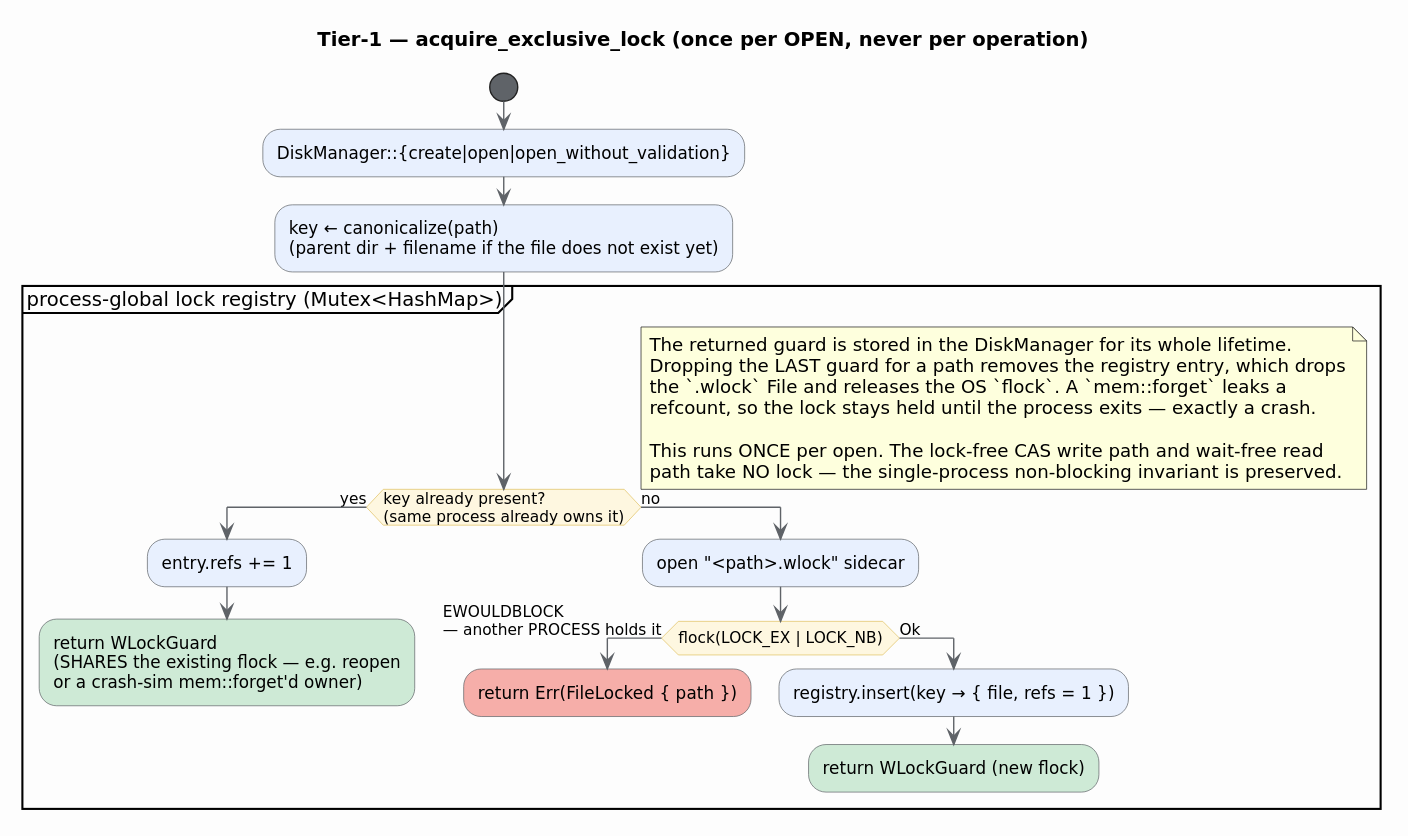
Above: docs/diagrams/tier1-lock-acquire.svg in vinary-tree/libdictenstein (PlantUML), before the change. Its source is kept beside it as docs/diagrams/src/tier1-lock-acquire.puml.
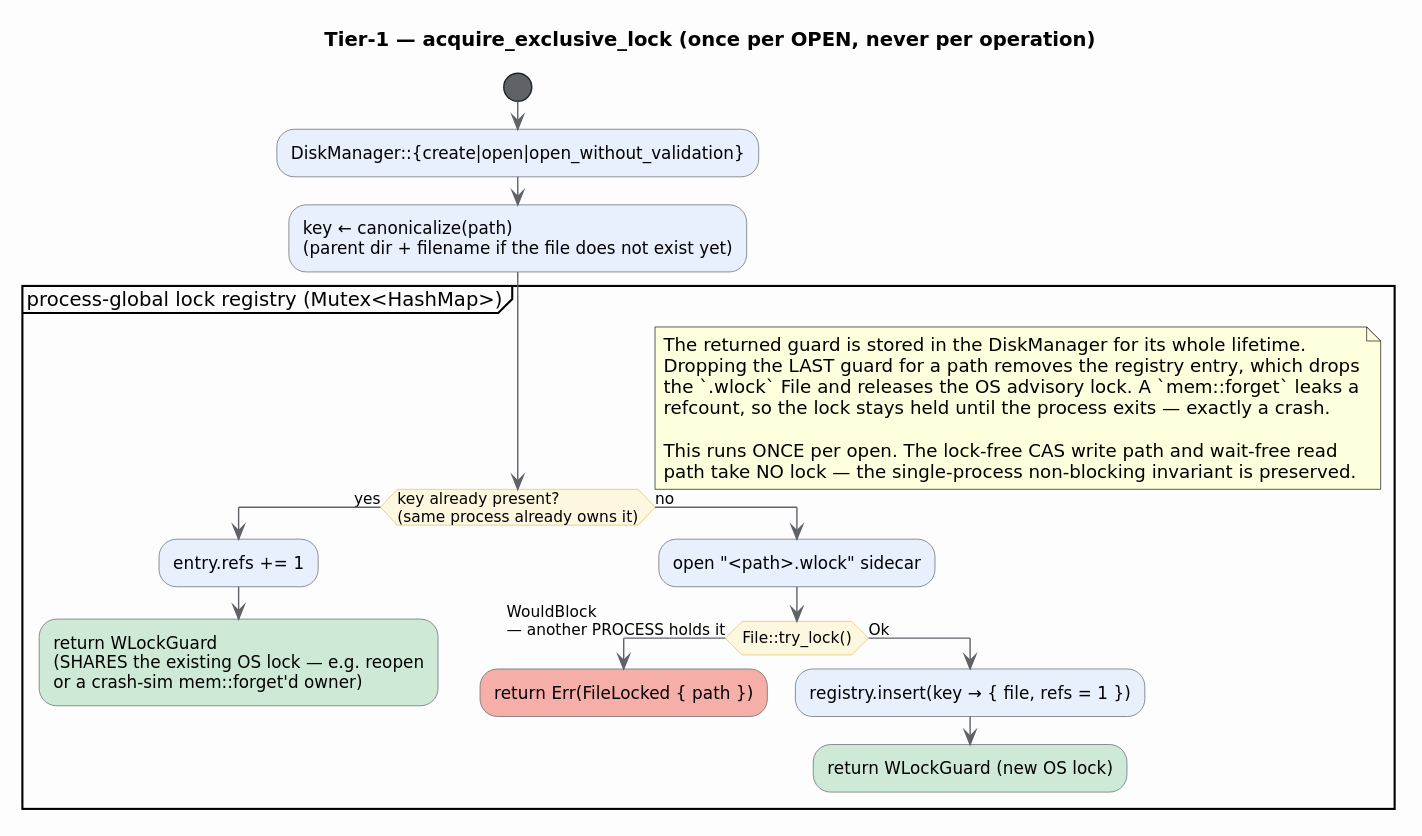
Above is the later version.

Diff of the diagram source:
```diff
@@ -20,16 +20,16 @@
 partition "process-global lock registry (Mutex<HashMap>)" {
   if (key already present?\n(same process already owns it)) then (yes)
     :entry.refs += 1;
-    :return WLockGuard\n(SHARES the existing flock — e.g. reopen\nor a crash-sim mem::forget'd owner);<<#CEEAD6>>
+    :return WLockGuard\n(SHARES the existing OS lock — e.g. reopen\nor a crash-sim mem::forget'd owner);<<#CEEAD6>>
     kill
   else (no)
     :open "<path>.wlock" sidecar;
-    if (flock(LOCK_EX | LOCK_NB)) then (EWOULDBLOCK\n— another PROCESS holds it)
+    if (File::try_lock()) then (WouldBlock\n— another PROCESS holds it)
       :return Err(FileLocked { path });<<#F6AEA9>>
       kill
     else (Ok)
       :registry.insert(key → { file, refs = 1 });
-      :return WLockGuard (new flock);<<#CEEAD6>>
+      :return WLockGuard (new OS lock);<<#CEEAD6>>
       kill
     endif
   endif
@@ -38,7 +38,7 @@
 note right
   The returned guard is stored in the DiskManager for its whole lifetime.
   Dropping the LAST guard for a path removes the registry entry, which drops
-  the `.wlock` File and releases the OS `flock`. A `mem::forget` leaks a
+  the `.wlock` File and releases the OS advisory lock. A `mem::forget` leaks a
   refcount, so the lock stays held until the process exits — exactly a crash.
 
   This runs ONCE per open. The lock-free CAS write path and wait-free read
```
